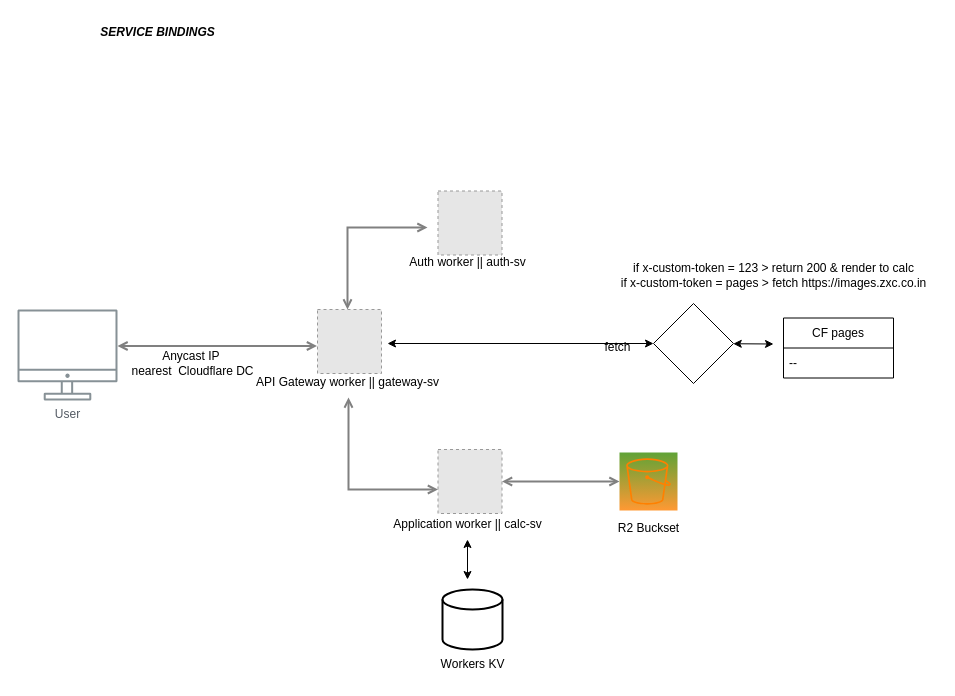
The draw.io diagram service_bindings.drawio in iamask/flowchart, before the edit. Source tidied: cells renumbered, new cells numbered last; positions are measured from the earlier drawing's top-left corner, leaving out a move shared by most shapes. Both pictures are drawn from the tidied source at 100%, with x=0, y=0 at pixel (17, 17). Pictures stored in the file or linked from it are replaced by grey dashed boxes.
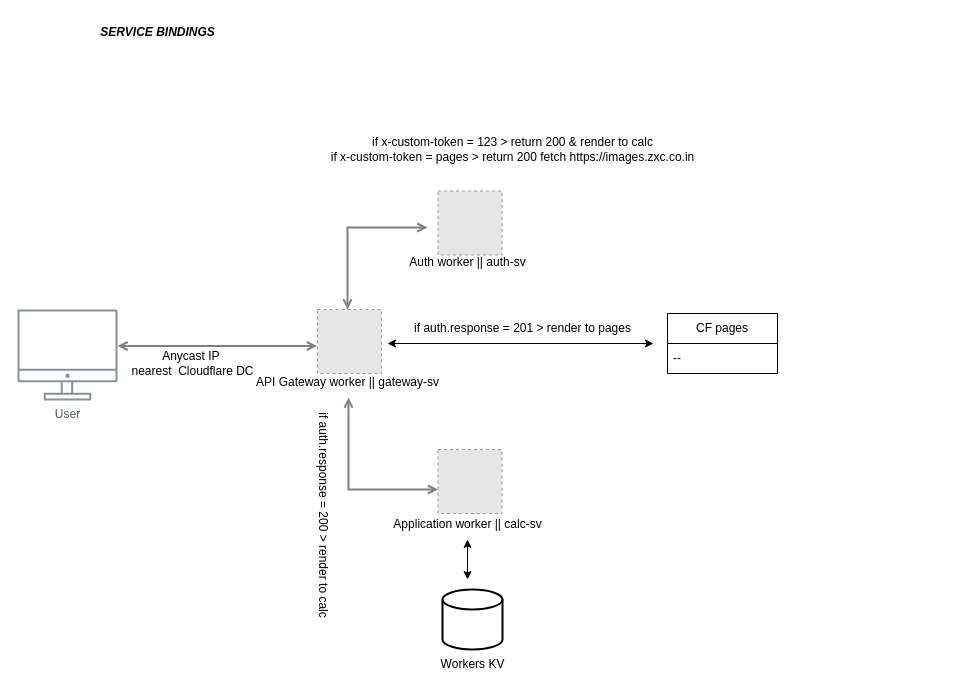
After the change.

Unchanged cells that the change refers to:
```xml
<mxCell id="9" style="fillColor=#E6E6E6;strokeColor=#999999;dashed=1;verticalLabelPosition=bottom;verticalAlign=top;" parent="1" vertex="1">
  <mxGeometry x="420.5" y="432" width="64" height="64" as="geometry" />
</mxCell>
```

The edit, as a diff of the source:
```diff
@@
-    <mxCell id="13" style="sketch=0;points=[[0,0,0],[0.25,0,0],[0.5,0,0],[0.75,0,0],[1,0,0],[0,1,0],[0.25,1,0],[0.5,1,0],[0.75,1,0],[1,1,0],[0,0.25,0],[0,0.5,0],[0,0.75,0],[1,0.25,0],[1,0.5,0],[1,0.75,0]];outlineConnect=0;fontColor=#232F3E;gradientColor=#60A337;gradientDirection=north;fillColor=#FF9933;strokeColor=#FF8000;dashed=0;verticalLabelPosition=bottom;verticalAlign=top;align=center;html=1;fontSize=12;fontStyle=0;shape=mxgraph.aws4.resourceIcon;resIcon=mxgraph.aws4.s3;" parent="1" vertex="1">
-      <mxGeometry x="602" y="435" width="58" height="58" as="geometry" />
-    </mxCell>
-    <mxCell id="14" style="edgeStyle=orthogonalEdgeStyle;rounded=0;jettySize=auto;html=1;startArrow=open;startFill=0;endArrow=open;endFill=0;strokeWidth=2;strokeColor=#808080;exitX=0;exitY=0.5;exitDx=0;exitDy=0;exitPerimeter=0;entryX=1;entryY=0.5;entryDx=0;entryDy=0;" parent="1" edge="1" source="13" target="9">
-      <mxGeometry relative="1" as="geometry" />
-    </mxCell>
-    <mxCell id="15" value="R2 Buckset" style="text;html=1;align=center;verticalAlign=middle;strokeColor=none;fillColor=none;" parent="1" vertex="1">
-      <mxGeometry x="591" y="496" width="80" height="30" as="geometry" />
-    </mxCell>
@@
-    <mxCell id="19" style="endArrow=classic;startArrow=classic;html=1;rounded=0;" parent="1" edge="1" source="25">
-      <mxGeometry relative="1" as="geometry">
-        <mxPoint x="756" y="326.5" as="targetPoint" />
-      </mxGeometry>
-    </mxCell>
-    <mxCell id="20" value="fetch" style="text;html=1;align=center;verticalAlign=middle;strokeColor=none;fillColor=none;" parent="1" vertex="1">
-      <mxGeometry x="575" y="314.5" width="50" height="30" as="geometry" />
-    </mxCell>
-    <mxCell id="21" value="if&amp;nbsp;x-custom-token = 123 &amp;gt; return 200 &amp;amp; render to calc&lt;br&gt;if&amp;nbsp;x-custom-token = pages &amp;gt; fetch https://images.zxc.co.in" style="text;html=1;align=center;verticalAlign=middle;strokeColor=none;fillColor=none;" parent="1" vertex="1">
-      <mxGeometry x="591" y="237.5" width="330" height="40" as="geometry" />
+    <mxCell id="21" value="if&amp;nbsp;x-custom-token = 123 &amp;gt; return 200 &amp;amp; render to calc&lt;br&gt;if&amp;nbsp;x-custom-token = pages &amp;gt; return 200 fetch https://images.zxc.co.in" style="text;html=1;align=center;verticalAlign=middle;strokeColor=none;fillColor=none;" parent="1" vertex="1">
+      <mxGeometry x="300" y="112" width="390" height="40" as="geometry" />
     </mxCell>
     <mxCell id="22" value="CF pages" style="swimlane;fontStyle=0;horizontal=1;startSize=30;whiteSpace=wrap;html=1;" parent="1" vertex="1">
-      <mxGeometry x="766" y="300.5" width="110" height="60" as="geometry" />
+      <mxGeometry x="650" y="296" width="110" height="60" as="geometry" />
     </mxCell>
@@
-    <mxCell id="24" style="endArrow=classic;startArrow=classic;html=1;rounded=0;" parent="1" edge="1" target="25">
+    <mxCell id="24" style="endArrow=classic;startArrow=classic;html=1;rounded=0;" parent="1" edge="1">
       <mxGeometry relative="1" as="geometry">
         <mxPoint x="370" y="326" as="sourcePoint" />
+        <mxPoint x="636" y="326" as="targetPoint" />
       </mxGeometry>
     </mxCell>
-    <mxCell id="25" style="rhombus;whiteSpace=wrap;html=1;" parent="1" vertex="1">
-      <mxGeometry x="636" y="286" width="80" height="80" as="geometry" />
-    </mxCell>
@@
+    <mxCell id="27" value="if auth.response = 201 &amp;gt; render to pages" style="text;html=1;align=center;verticalAlign=middle;strokeColor=none;fillColor=none;" parent="1" vertex="1">
+      <mxGeometry x="385" y="296" width="240" height="30" as="geometry" />
+    </mxCell>
+    <mxCell id="28" value="if auth.response = 200 &amp;gt; render to calc" style="text;html=1;align=center;verticalAlign=middle;strokeColor=none;fillColor=none;rotation=90;" parent="1" vertex="1">
+      <mxGeometry x="190.5" y="482" width="230" height="30" as="geometry" />
+    </mxCell>
```
